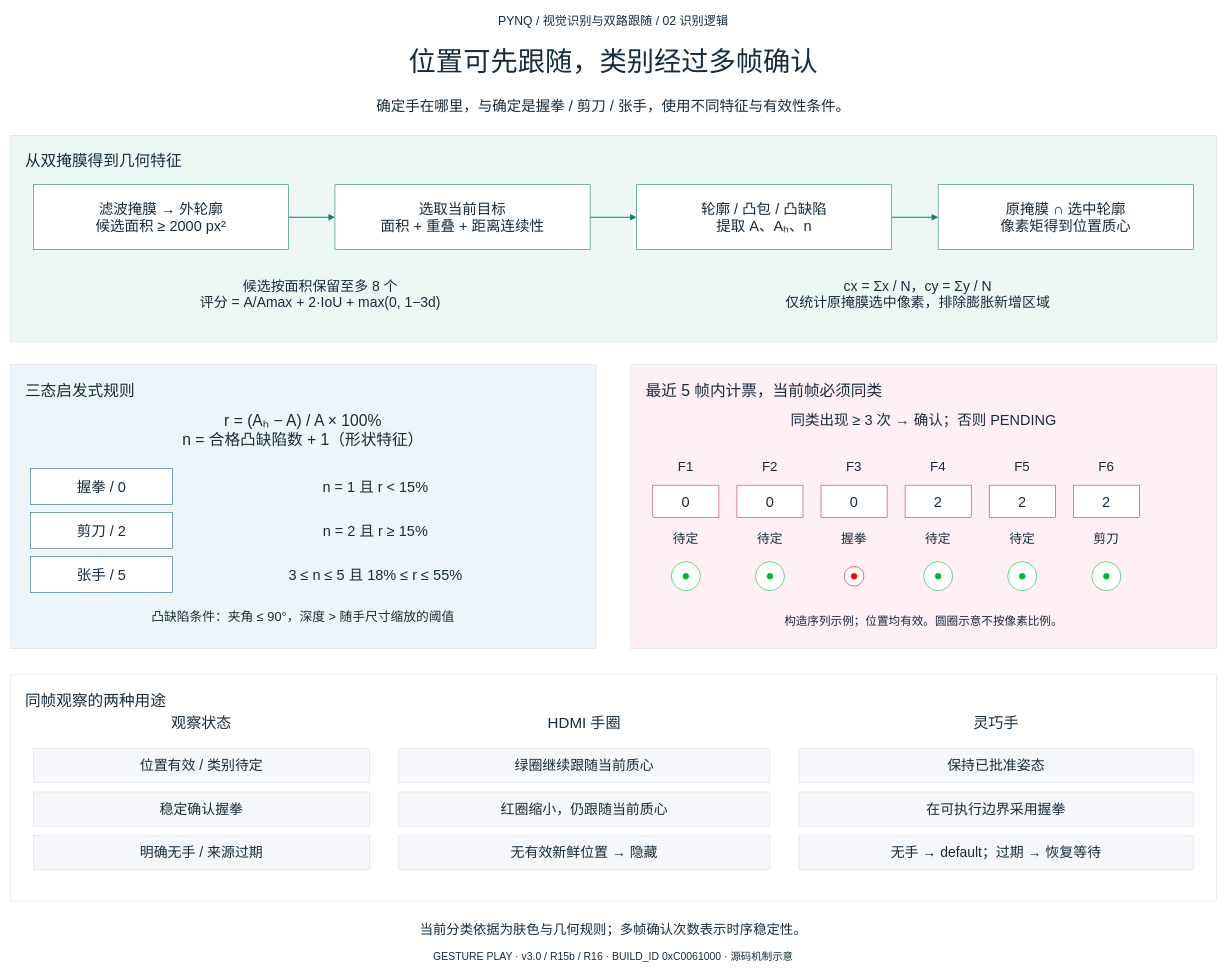
Earlier version of the draw.io diagram project/report/figures/vision_dual_follow_handoff/figures/02_recognition_logic.drawio (hyh2758832315/pynq-gesture-play). Source tidied: cells renumbered, new cells numbered last; positions are measured from the earlier drawing's top-left corner, leaving out a move shared by most shapes. Both pictures are drawn from the tidied source at 58%, with x=0, y=0 at pixel (10, 10).
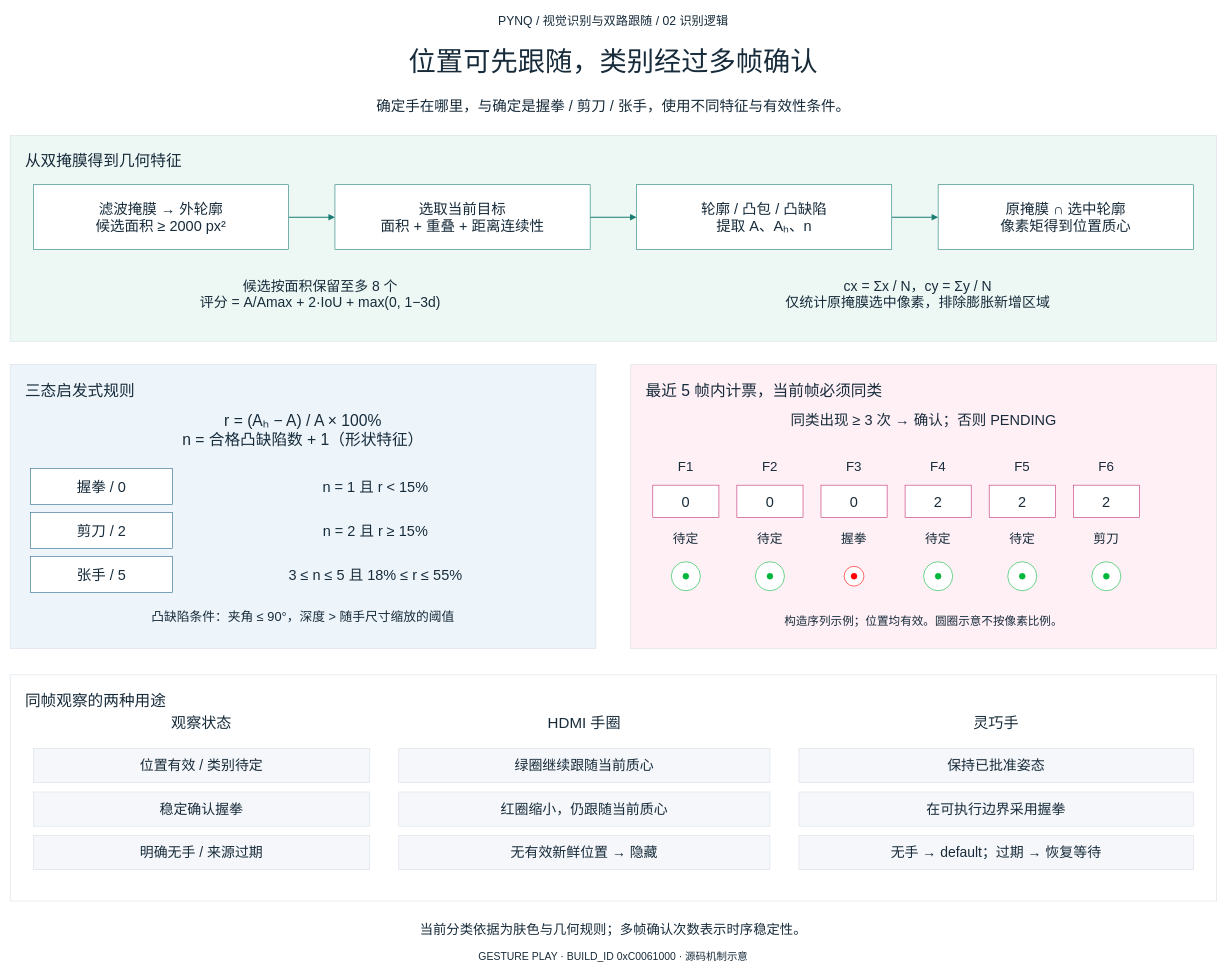
The same diagram, later.

Change to the diagram source:
```diff
@@
-    <mxCell id="12" value="GESTURE PLAY  ·  v3.0 / R15b / R16  ·  BUILD_ID 0xC0061000  ·  源码机制示意" style="rounded=0;whiteSpace=wrap;html=0;fillColor=#ffffff;strokeColor=#d8dfe7;fontColor=#172b3a;fontFamily=Microsoft YaHei;fontSize=18;spacing=12;fillColor=none;strokeColor=none;" parent="1" vertex="1">
+    <mxCell id="12" value="GESTURE PLAY  ·  BUILD_ID 0xC0061000  ·  源码机制示意" style="rounded=0;whiteSpace=wrap;html=0;fillColor=#ffffff;strokeColor=#d8dfe7;fontColor=#172b3a;fontFamily=Microsoft YaHei;fontSize=18;spacing=12;fillColor=none;strokeColor=none;" parent="1" vertex="1">
       <mxGeometry y="1615" width="2080" height="33" as="geometry" />
     </mxCell>
```
